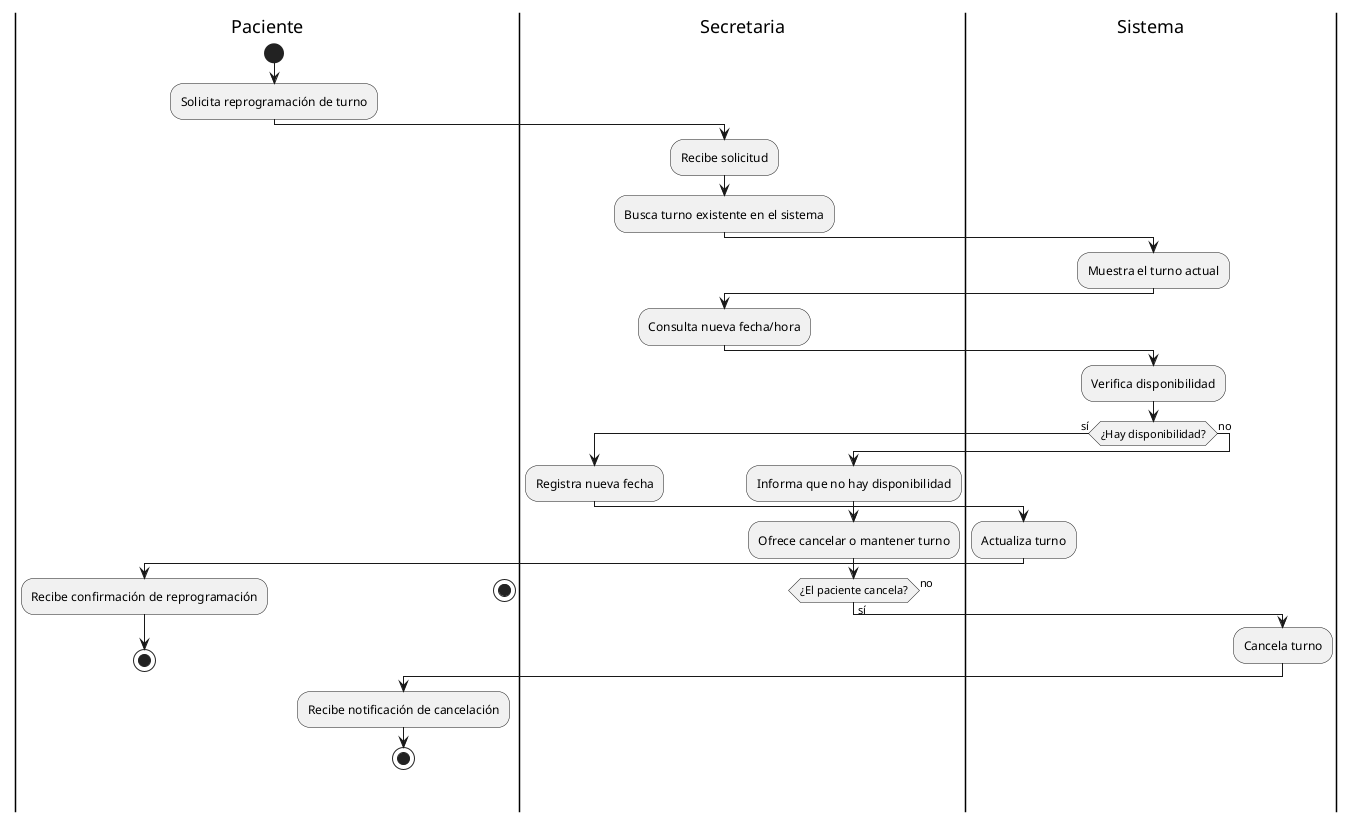
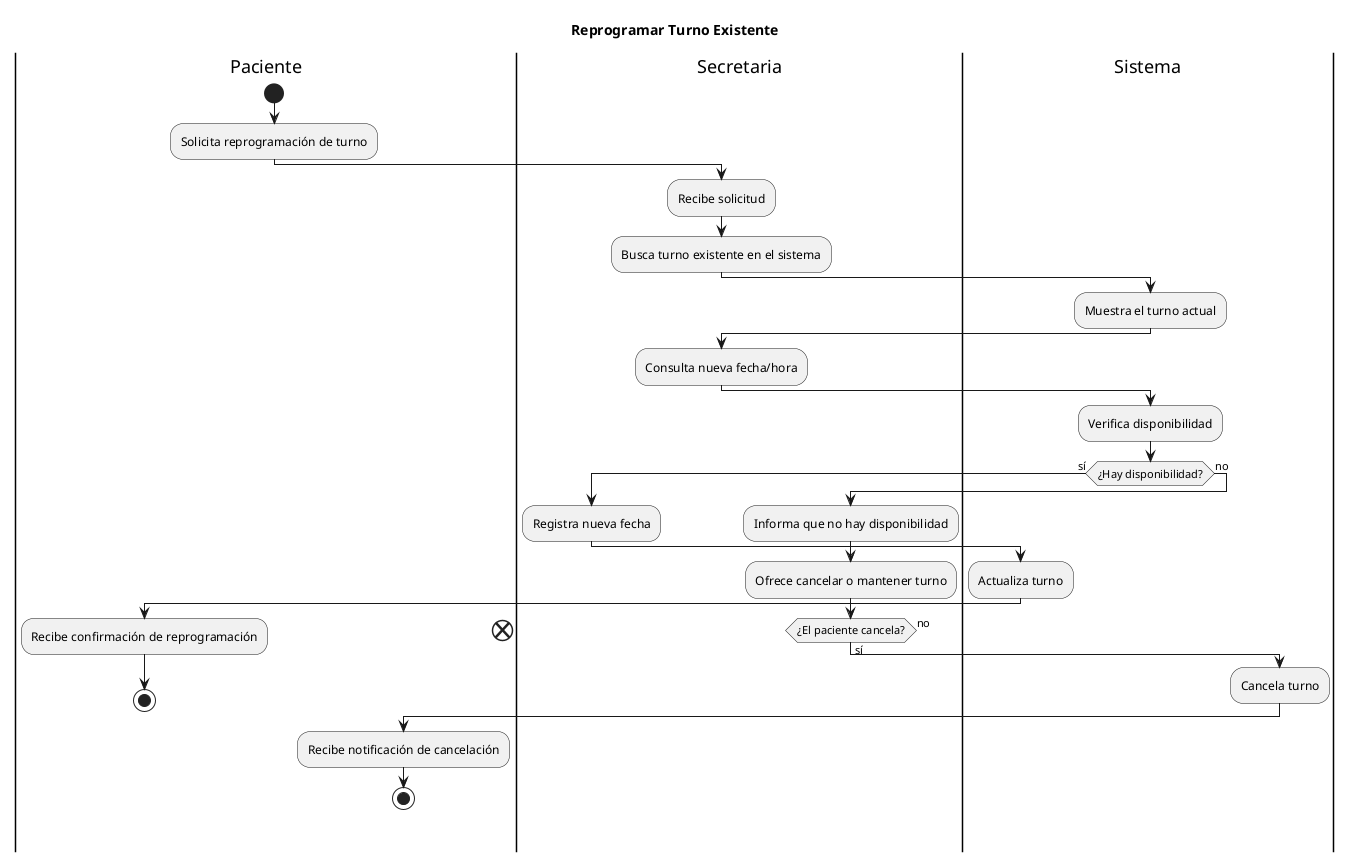
@startuml
+ title "Reprogramar Turno Existente"
|Paciente|
start
:Solicita reprogramación de turno;

|Secretaria|
:Recibe solicitud;
:Busca turno existente en el sistema;

|Sistema|
:Muestra el turno actual;
|Secretaria|
:Consulta nueva fecha/hora;
|Sistema|
:Verifica disponibilidad;

if (¿Hay disponibilidad?) then (sí)
  |Secretaria|
  :Registra nueva fecha;
  |Sistema|
  :Actualiza turno;
  |Paciente|
  :Recibe confirmación de reprogramación;
  stop
else (no)
  |Secretaria|
  :Informa que no hay disponibilidad;
  :Ofrece cancelar o mantener turno;
  if (¿El paciente cancela?) then (sí)
    |Sistema|
    :Cancela turno;
    |Paciente|
    :Recibe notificación de cancelación;
    stop
  else (no)
-     stop
+     end
  endif
endif
@enduml